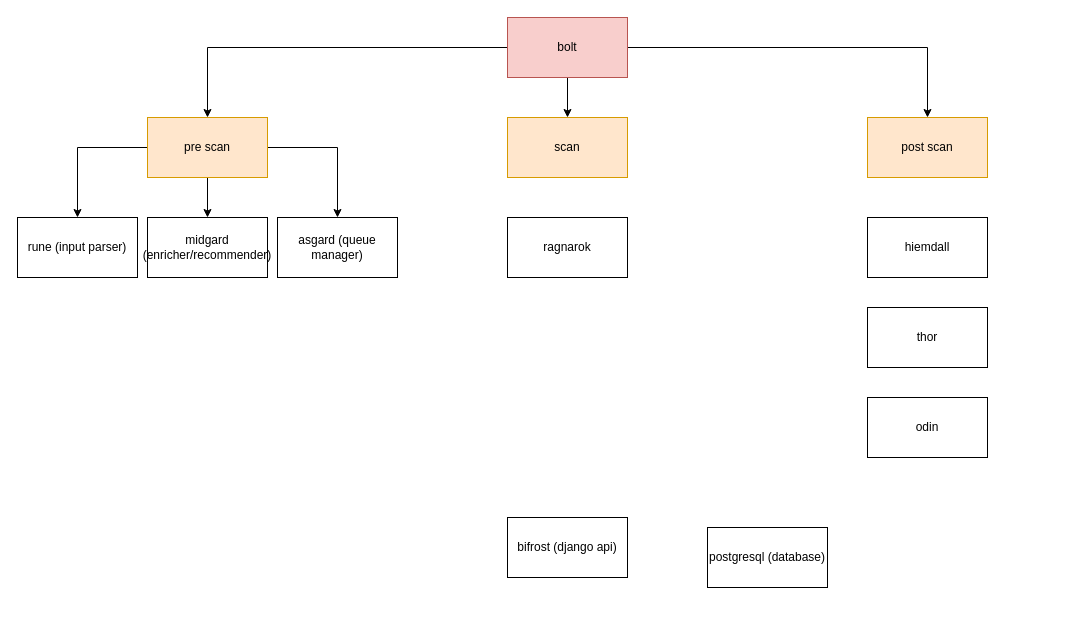
Before: page "apps" (1 of 10) of scanning_engine.drawio in abhijitacharya793/bolt, a draw.io diagram. Source tidied: cells renumbered, new cells numbered last; positions are measured from the earlier drawing's top-left corner, leaving out a move shared by most shapes. Both pictures are drawn from the tidied source at 100%, with x=0, y=0 at pixel (17, 17).
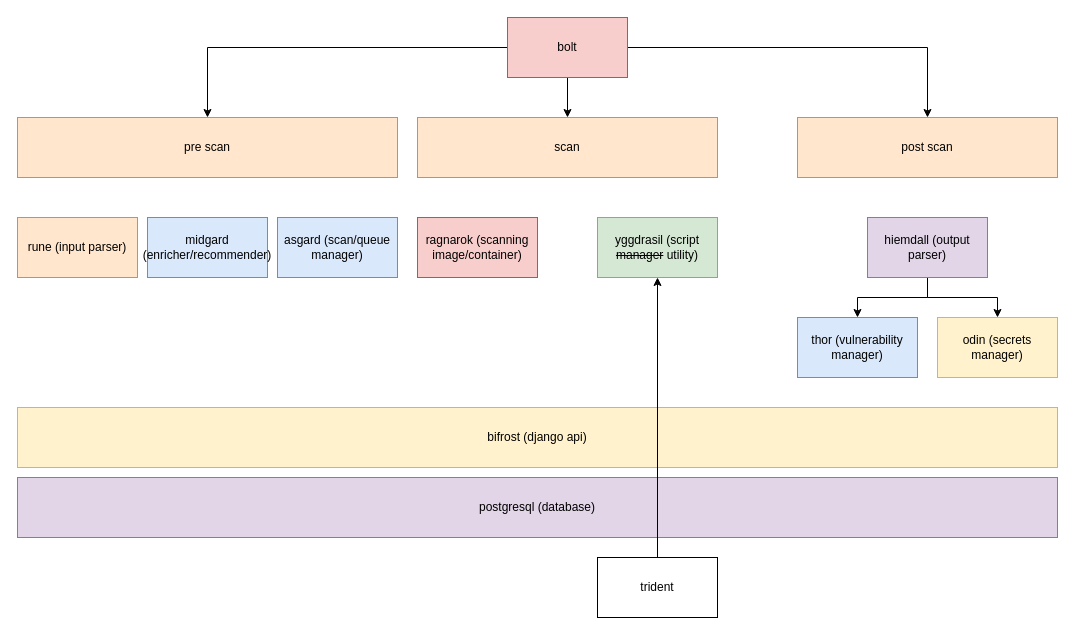
Above is the later version.

What changed in the source:
```diff
@@
-    <mxCell id="6" style="edgeStyle=orthogonalEdgeStyle;rounded=0;jettySize=auto;html=1;" parent="1" edge="1" source="9" target="13">
-      <mxGeometry relative="1" as="geometry" />
-    </mxCell>
-    <mxCell id="7" style="edgeStyle=orthogonalEdgeStyle;rounded=0;jettySize=auto;html=1;" parent="1" edge="1" source="9" target="14">
-      <mxGeometry relative="1" as="geometry" />
-    </mxCell>
-    <mxCell id="8" style="edgeStyle=orthogonalEdgeStyle;rounded=0;jettySize=auto;html=1;" parent="1" edge="1" source="9" target="19">
-      <mxGeometry relative="1" as="geometry" />
-    </mxCell>
     <mxCell id="9" value="pre scan" style="rounded=0;whiteSpace=wrap;html=1;fillColor=#ffe6cc;strokeColor=#d79b00;" parent="1" vertex="1">
-      <mxGeometry x="130" y="100" width="120" height="60" as="geometry" />
+      <mxGeometry y="100" width="380" height="60" as="geometry" />
     </mxCell>
     <mxCell id="10" value="scan" style="rounded=0;whiteSpace=wrap;html=1;fillColor=#ffe6cc;strokeColor=#d79b00;" parent="1" vertex="1">
-      <mxGeometry x="490" y="100" width="120" height="60" as="geometry" />
+      <mxGeometry x="400" y="100" width="300" height="60" as="geometry" />
     </mxCell>
     <mxCell id="11" value="post scan" style="rounded=0;whiteSpace=wrap;html=1;fillColor=#ffe6cc;strokeColor=#d79b00;" parent="1" vertex="1">
-      <mxGeometry x="850" y="100" width="120" height="60" as="geometry" />
+      <mxGeometry x="780" y="100" width="260" height="60" as="geometry" />
     </mxCell>
-    <mxCell id="12" value="bifrost (django api)" style="rounded=0;whiteSpace=wrap;html=1;" parent="1" vertex="1">
-      <mxGeometry x="490" y="500" width="120" height="60" as="geometry" />
+    <mxCell id="12" value="bifrost (django api)" style="rounded=0;whiteSpace=wrap;html=1;fillColor=#fff2cc;strokeColor=#d6b656;" parent="1" vertex="1">
+      <mxGeometry y="390" width="1040" height="60" as="geometry" />
     </mxCell>
-    <mxCell id="13" value="rune (input parser)" style="rounded=0;whiteSpace=wrap;html=1;" parent="1" vertex="1">
+    <mxCell id="13" value="rune (input parser)" style="rounded=0;whiteSpace=wrap;html=1;fillColor=#ffe6cc;strokeColor=#d79b00;" parent="1" vertex="1">
       <mxGeometry y="200" width="120" height="60" as="geometry" />
     </mxCell>
-    <mxCell id="14" value="asgard (queue manager)" style="rounded=0;whiteSpace=wrap;html=1;" parent="1" vertex="1">
+    <mxCell id="14" value="asgard (scan/queue manager)" style="rounded=0;whiteSpace=wrap;html=1;fillColor=#dae8fc;strokeColor=#6c8ebf;" parent="1" vertex="1">
       <mxGeometry x="260" y="200" width="120" height="60" as="geometry" />
     </mxCell>
+    <mxCell id="21" style="edgeStyle=orthogonalEdgeStyle;rounded=0;jettySize=auto;html=1;" parent="1" edge="1" source="15" target="17">
+      <mxGeometry relative="1" as="geometry" />
+    </mxCell>
+    <mxCell id="22" style="edgeStyle=orthogonalEdgeStyle;rounded=0;jettySize=auto;html=1;" parent="1" edge="1" source="15" target="16">
+      <mxGeometry relative="1" as="geometry" />
+    </mxCell>
-    <mxCell id="15" value="hiemdall" style="rounded=0;whiteSpace=wrap;html=1;" parent="1" vertex="1">
+    <mxCell id="15" value="hiemdall (output parser)" style="rounded=0;whiteSpace=wrap;html=1;fillColor=#e1d5e7;strokeColor=#9673a6;" parent="1" vertex="1">
       <mxGeometry x="850" y="200" width="120" height="60" as="geometry" />
     </mxCell>
-    <mxCell id="16" value="thor" style="rounded=0;whiteSpace=wrap;html=1;" parent="1" vertex="1">
-      <mxGeometry x="850" y="290" width="120" height="60" as="geometry" />
+    <mxCell id="16" value="thor (vulnerability manager)" style="rounded=0;whiteSpace=wrap;html=1;fillColor=#dae8fc;strokeColor=#6c8ebf;" parent="1" vertex="1">
+      <mxGeometry x="780" y="300" width="120" height="60" as="geometry" />
     </mxCell>
-    <mxCell id="17" value="odin" style="rounded=0;whiteSpace=wrap;html=1;" parent="1" vertex="1">
-      <mxGeometry x="850" y="380" width="120" height="60" as="geometry" />
+    <mxCell id="17" value="odin (secrets manager)" style="rounded=0;whiteSpace=wrap;html=1;fillColor=#fff2cc;strokeColor=#d6b656;" parent="1" vertex="1">
+      <mxGeometry x="920" y="300" width="120" height="60" as="geometry" />
     </mxCell>
-    <mxCell id="18" value="ragnarok" style="whiteSpace=wrap;html=1;" parent="1" vertex="1">
-      <mxGeometry x="490" y="200" width="120" height="60" as="geometry" />
+    <mxCell id="18" value="ragnarok (scanning image/container)" style="whiteSpace=wrap;html=1;fillColor=#f8cecc;strokeColor=#b85450;" parent="1" vertex="1">
+      <mxGeometry x="400" y="200" width="120" height="60" as="geometry" />
     </mxCell>
-    <mxCell id="19" value="midgard (enricher/recommender)" style="whiteSpace=wrap;html=1;" parent="1" vertex="1">
+    <mxCell id="19" value="midgard (enricher/recommender)" style="whiteSpace=wrap;html=1;fillColor=#dae8fc;strokeColor=#6c8ebf;" parent="1" vertex="1">
       <mxGeometry x="130" y="200" width="120" height="60" as="geometry" />
     </mxCell>
-    <mxCell id="20" value="postgresql (database)" style="rounded=0;whiteSpace=wrap;html=1;" parent="1" vertex="1">
-      <mxGeometry x="690" y="510" width="120" height="60" as="geometry" />
+    <mxCell id="20" value="postgresql (database)" style="rounded=0;whiteSpace=wrap;html=1;fillColor=#e1d5e7;strokeColor=#9673a6;" parent="1" vertex="1">
+      <mxGeometry y="460" width="1040" height="60" as="geometry" />
     </mxCell>
+    <mxCell id="23" value="yggdrasil (script &lt;strike&gt;manager&lt;/strike&gt; utility)" style="whiteSpace=wrap;html=1;fillColor=#d5e8d4;strokeColor=#82b366;" parent="1" vertex="1">
+      <mxGeometry x="580" y="200" width="120" height="60" as="geometry" />
+    </mxCell>
+    <mxCell id="24" style="edgeStyle=orthogonalEdgeStyle;rounded=0;jettySize=auto;html=1;entryX=0.5;entryY=1;entryDx=0;entryDy=0;" parent="1" edge="1" source="25" target="23">
+      <mxGeometry relative="1" as="geometry" />
+    </mxCell>
+    <mxCell id="25" value="trident" style="rounded=0;whiteSpace=wrap;html=1;" parent="1" vertex="1">
+      <mxGeometry x="580" y="540" width="120" height="60" as="geometry" />
+    </mxCell>
```
